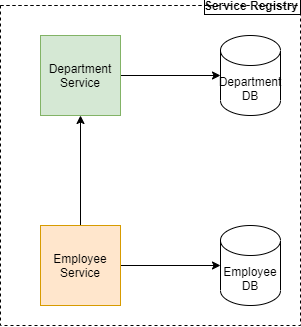
Above: docs/microservices-demo.png in jkrishnarao2003/microservices-demo (draw.io), before the change. Source tidied: cells renumbered, new cells last; positions are measured from the earlier drawing's top-left corner, leaving out a move shared by most shapes.
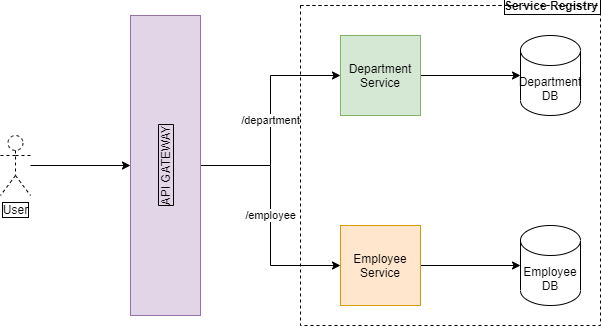
After the commit.

Diff of the diagram source:
```diff
@@ -8,9 +8,6 @@
     <mxCell id="3" value="Department Service" style="whiteSpace=wrap;html=1;fillColor=#d5e8d4;strokeColor=#82b366;" parent="1" vertex="1">
       <mxGeometry x="40" y="30" width="80" height="80" as="geometry" />
     </mxCell>
-    <mxCell id="4" style="edgeStyle=orthogonalEdgeStyle;rounded=0;jettySize=auto;html=1;" parent="1" edge="1" source="6" target="3">
-      <mxGeometry relative="1" as="geometry" />
-    </mxCell>
     <mxCell id="5" style="edgeStyle=orthogonalEdgeStyle;rounded=0;jettySize=auto;html=1;" parent="1" edge="1" source="6" target="8">
       <mxGeometry relative="1" as="geometry" />
     </mxCell>
@@ -26,5 +23,20 @@
     <mxCell id="9" value="Service Registry" style="swimlane;startSize=0;align=right;labelBorderColor=#000000;labelBackgroundColor=none;dashed=1;" parent="1" vertex="1">
       <mxGeometry width="300" height="320" as="geometry" />
     </mxCell>
+    <mxCell id="10" style="edgeStyle=orthogonalEdgeStyle;rounded=0;jettySize=auto;html=1;" parent="1" edge="1" source="11" target="14">
+      <mxGeometry relative="1" as="geometry" />
+    </mxCell>
+    <mxCell id="11" value="User" style="shape=umlActor;verticalLabelPosition=bottom;verticalAlign=top;html=1;outlineConnect=0;dashed=1;labelBackgroundColor=none;labelBorderColor=#000000;" parent="1" vertex="1">
+      <mxGeometry x="-300" y="130" width="30" height="60" as="geometry" />
+    </mxCell>
+    <mxCell id="12" value="/department" style="edgeStyle=orthogonalEdgeStyle;rounded=0;jettySize=auto;html=1;exitX=1;exitY=0.5;exitDx=0;exitDy=0;entryX=0;entryY=0.5;entryDx=0;entryDy=0;" parent="1" edge="1" source="14" target="3">
+      <mxGeometry relative="1" as="geometry" />
+    </mxCell>
+    <mxCell id="13" value="/employee" style="edgeStyle=orthogonalEdgeStyle;rounded=0;jettySize=auto;html=1;exitX=1;exitY=0.5;exitDx=0;exitDy=0;" parent="1" edge="1" source="14" target="6">
+      <mxGeometry relative="1" as="geometry" />
+    </mxCell>
+    <mxCell id="14" value="API GATEWAY" style="rounded=0;whiteSpace=wrap;html=1;labelBackgroundColor=none;labelBorderColor=#000000;align=center;fillColor=#e1d5e7;strokeColor=#9673a6;horizontal=0;verticalAlign=middle;" parent="1" vertex="1">
+      <mxGeometry x="-170" y="10" width="70" height="300" as="geometry" />
+    </mxCell>
   </root>
 </mxGraphModel>
```
